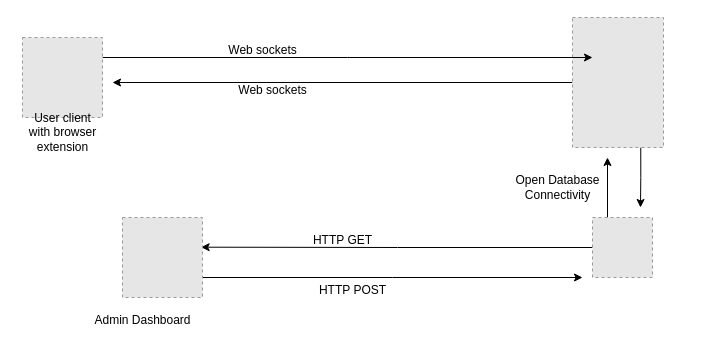
Before: diagrams/network_diagram.drawio in 0xOwen/SurfHound, a draw.io diagram. Source tidied: cells renumbered, new cells numbered last; positions are measured from the earlier drawing's top-left corner, leaving out a move shared by most shapes. Both pictures are drawn from the tidied source at 100%, with x=0, y=0 at pixel (17, 17). Pictures stored in the file or linked from it are replaced by grey dashed boxes.
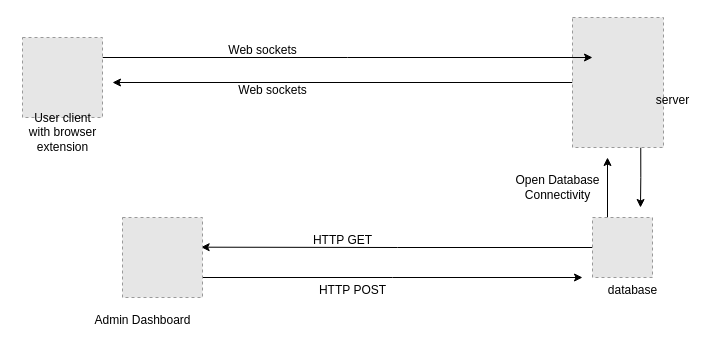
After the change.

The edit, as a diff of the source:
```diff
@@
+    <mxCell id="19" value="server" style="text;html=1;align=center;verticalAlign=middle;strokeColor=none;fillColor=none;" parent="1" vertex="1">
+      <mxGeometry x="625" y="68" width="60" height="30" as="geometry" />
+    </mxCell>
+    <mxCell id="20" value="database" style="text;html=1;align=center;verticalAlign=middle;strokeColor=none;fillColor=none;" parent="1" vertex="1">
+      <mxGeometry x="580" y="258" width="70" height="30" as="geometry" />
+    </mxCell>
```
